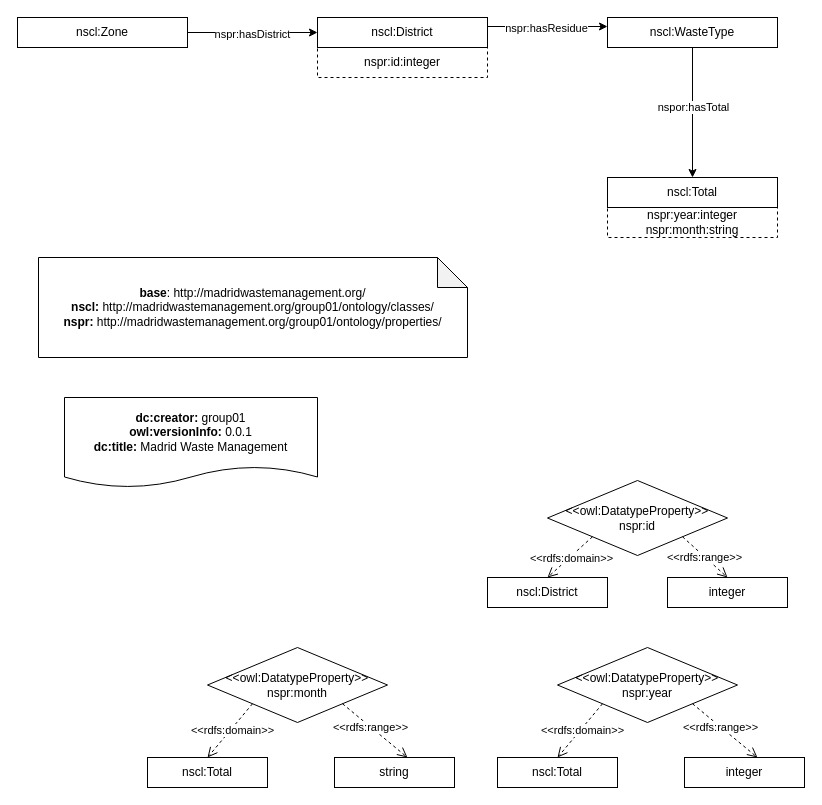
Above: HandsOn/Group01/ontology/WasteManagement.drawio in FacultadInformatica-LinkedData/Curso2023-2024-ODKG (draw.io), before the change. Source tidied: cells renumbered, new cells numbered last; positions are measured from the earlier drawing's top-left corner, leaving out a move shared by most shapes. Both pictures are drawn from the tidied source at 100%, with x=0, y=0 at pixel (17, 17).
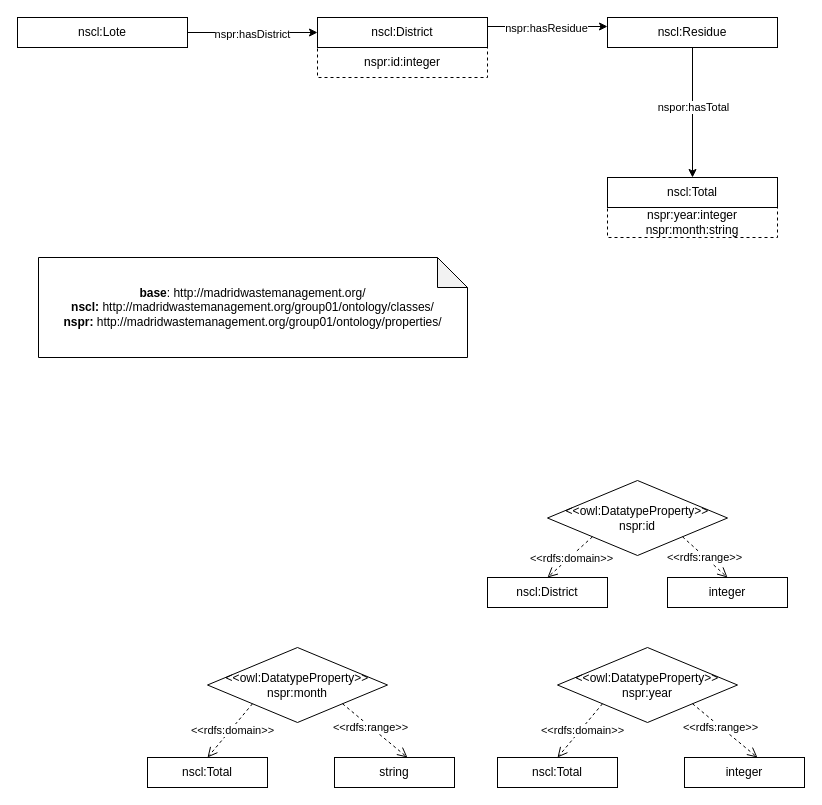
The same diagram, later.

What changed in the source:
```diff
@@
-    <mxCell id="6" value="nscl:WasteType" style="rounded=0;whiteSpace=wrap;html=1;snapToPoint=1;points=[[0.1,0],[0.2,0],[0.3,0],[0.4,0],[0.5,0],[0.6,0],[0.7,0],[0.8,0],[0.9,0],[0,0.1],[0,0.3],[0,0.5],[0,0.7],[0,0.9],[0.1,1],[0.2,1],[0.3,1],[0.4,1],[0.5,1],[0.6,1],[0.7,1],[0.8,1],[0.9,1],[1,0.1],[1,0.3],[1,0.5],[1,0.7],[1,0.9]];" parent="1" vertex="1">
+    <mxCell id="6" value="nscl:Residue" style="rounded=0;whiteSpace=wrap;html=1;snapToPoint=1;points=[[0.1,0],[0.2,0],[0.3,0],[0.4,0],[0.5,0],[0.6,0],[0.7,0],[0.8,0],[0.9,0],[0,0.1],[0,0.3],[0,0.5],[0,0.7],[0,0.9],[0.1,1],[0.2,1],[0.3,1],[0.4,1],[0.5,1],[0.6,1],[0.7,1],[0.8,1],[0.9,1],[1,0.1],[1,0.3],[1,0.5],[1,0.7],[1,0.9]];" parent="1" vertex="1">
       <mxGeometry x="590" width="170" height="30" as="geometry" />
     </mxCell>
@@
-    <mxCell id="13" value="nscl:Zone" style="rounded=0;whiteSpace=wrap;html=1;snapToPoint=1;points=[[0.1,0],[0.2,0],[0.3,0],[0.4,0],[0.5,0],[0.6,0],[0.7,0],[0.8,0],[0.9,0],[0,0.1],[0,0.3],[0,0.5],[0,0.7],[0,0.9],[0.1,1],[0.2,1],[0.3,1],[0.4,1],[0.5,1],[0.6,1],[0.7,1],[0.8,1],[0.9,1],[1,0.1],[1,0.3],[1,0.5],[1,0.7],[1,0.9]];" parent="1" vertex="1">
+    <mxCell id="13" value="nscl:Lote" style="rounded=0;whiteSpace=wrap;html=1;snapToPoint=1;points=[[0.1,0],[0.2,0],[0.3,0],[0.4,0],[0.5,0],[0.6,0],[0.7,0],[0.8,0],[0.9,0],[0,0.1],[0,0.3],[0,0.5],[0,0.7],[0,0.9],[0.1,1],[0.2,1],[0.3,1],[0.4,1],[0.5,1],[0.6,1],[0.7,1],[0.8,1],[0.9,1],[1,0.1],[1,0.3],[1,0.5],[1,0.7],[1,0.9]];" parent="1" vertex="1">
       <mxGeometry width="170" height="30" as="geometry" />
     </mxCell>
@@
-    <mxCell id="36" value="&lt;div&gt;&lt;b&gt;dc:creator:&lt;/b&gt;&amp;nbsp;group01&lt;/div&gt;&lt;div&gt;&lt;b&gt;owl:versionInfo:&lt;/b&gt; 0.0.1&lt;/div&gt;&lt;div&gt;&lt;b&gt;dc:title:&lt;/b&gt;&amp;nbsp;Madrid Waste Management&lt;/div&gt;" style="shape=document;whiteSpace=wrap;html=1;boundedLbl=1;labelBackgroundColor=#ffffff;strokeColor=#000000;fontSize=12;fontColor=#000000;size=0.23333333333333334;" parent="1" vertex="1">
-      <mxGeometry x="47" y="380" width="253" height="90" as="geometry" />
-    </mxCell>
```
